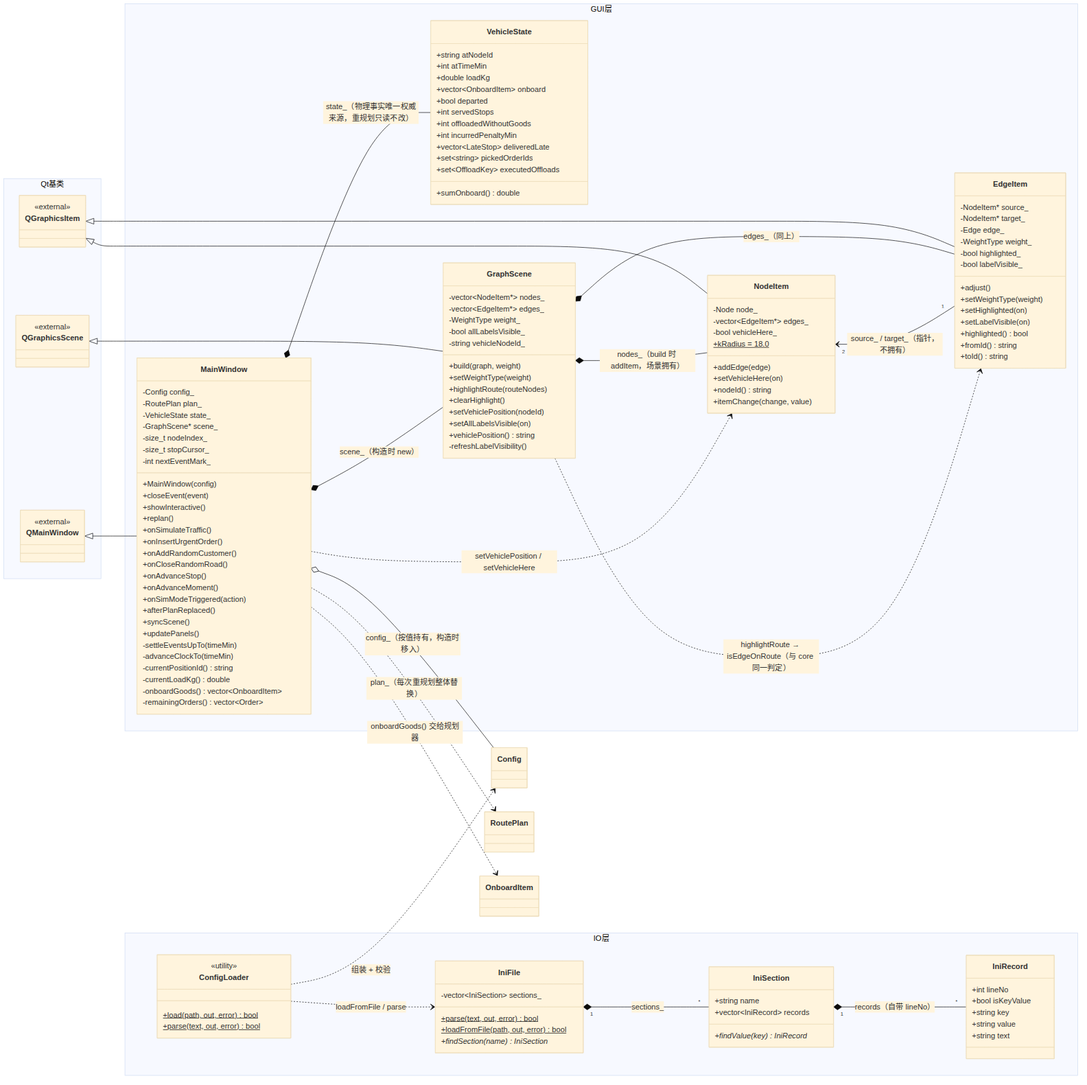
Earlier version of the Mermaid export docs/figures/U2-gui-io-classes.png (Blorg51688/logistics-route-planner). Its source is kept beside it as docs/figures/src/U2-gui-io-classes.mmd.
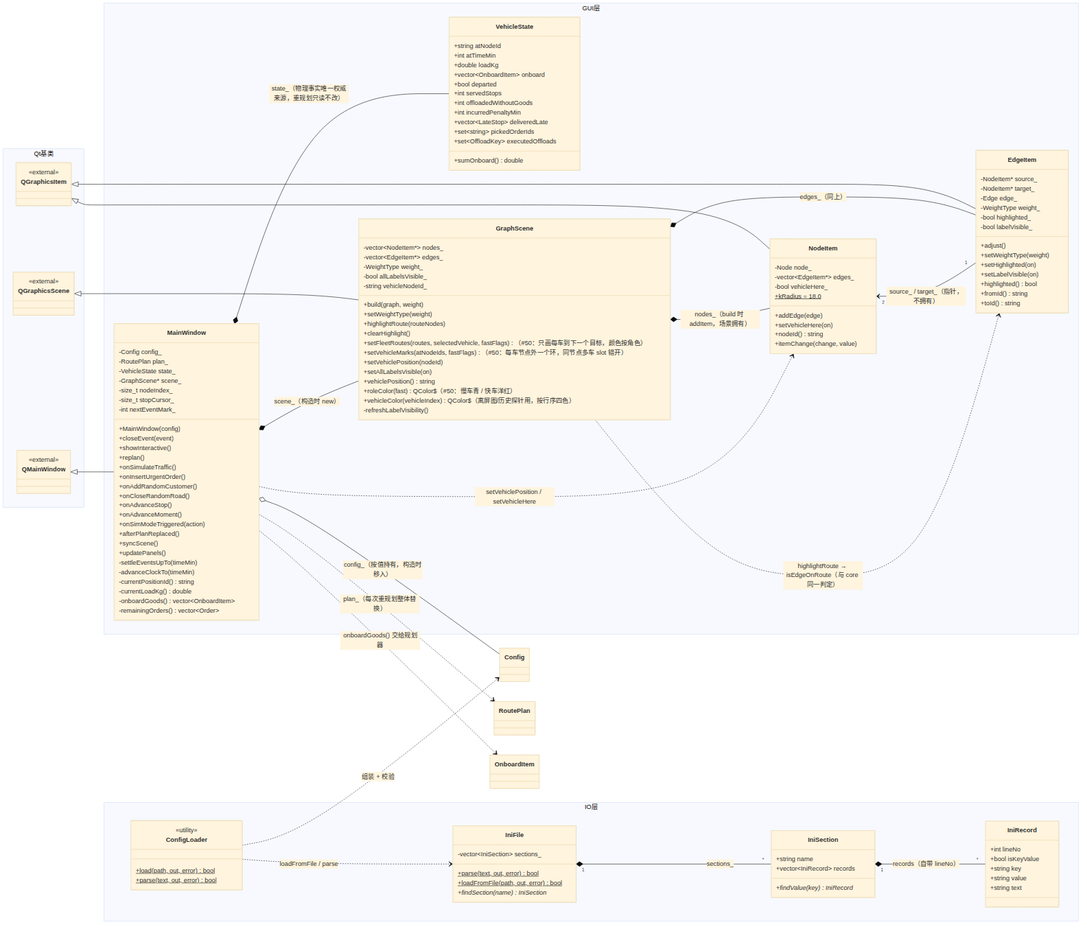
After the commit.

The edit, as a diff of the source:
```diff
@@ -70,9 +70,13 @@
             +setWeightType(weight)
             +highlightRoute(routeNodes)
             +clearHighlight()
+            +setFleetRoutes(routes, selectedVehicle, fastFlags)（#50：只画每车到下一个目标，颜色按角色）
+            +setVehicleMarks(atNodeIds, fastFlags)（#50：每车节点外一个环，同节点多车 slot 错开）
             +setVehiclePosition(nodeId)
             +setAllLabelsVisible(on)
             +vehiclePosition() string
+            +roleColor(fast) QColor$（#50：慢车青 / 快车洋红）
+            +vehicleColor(vehicleIndex) QColor$（离屏图/历史探针用，按行序四色）
             -refreshLabelVisibility()
         }
 
```
